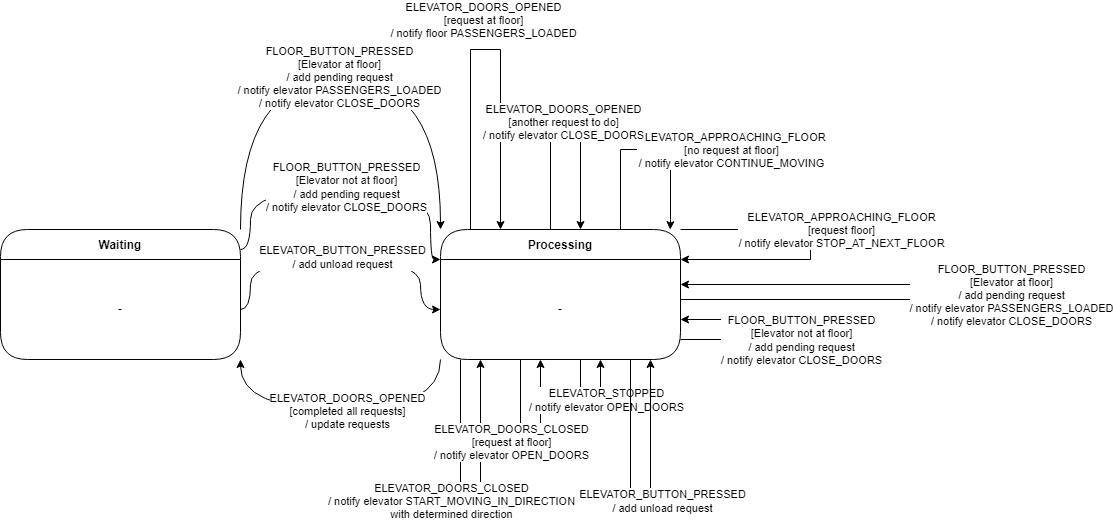
Before: UML_Diagrams/UML_State_Diagram-Scheduler.drawio.png, a diagram exported from draw.io (robsim378/sysc_3303_project). Source tidied: cells renumbered, new cells last; positions are measured from the earlier drawing's top-left corner, leaving out a move shared by most shapes.
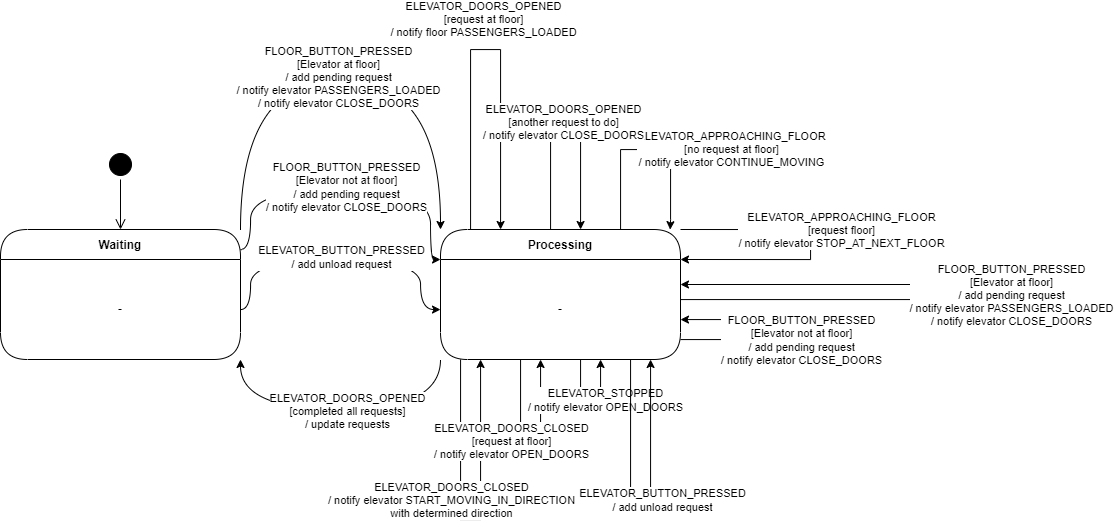
The same file after the commit.

Commit message:
add start to state machines

Diff of the diagram source:
```diff
@@ -200,5 +200,11 @@
         <mxPoint x="12" y="11" as="offset" />
       </mxGeometry>
     </mxCell>
+    <mxCell id="34" style="ellipse;html=1;shape=startState;fillColor=#000000;strokeColor=#000000;" parent="1" vertex="1">
+      <mxGeometry x="105" y="100" width="30" height="30" as="geometry" />
+    </mxCell>
+    <mxCell id="35" style="edgeStyle=orthogonalEdgeStyle;html=1;verticalAlign=bottom;endArrow=open;endSize=8;strokeColor=#000000;rounded=0;entryX=0.5;entryY=0;entryDx=0;entryDy=0;" parent="1" edge="1" source="34" target="4">
+      <mxGeometry relative="1" as="geometry" />
+    </mxCell>
   </root>
 </mxGraphModel>
```
